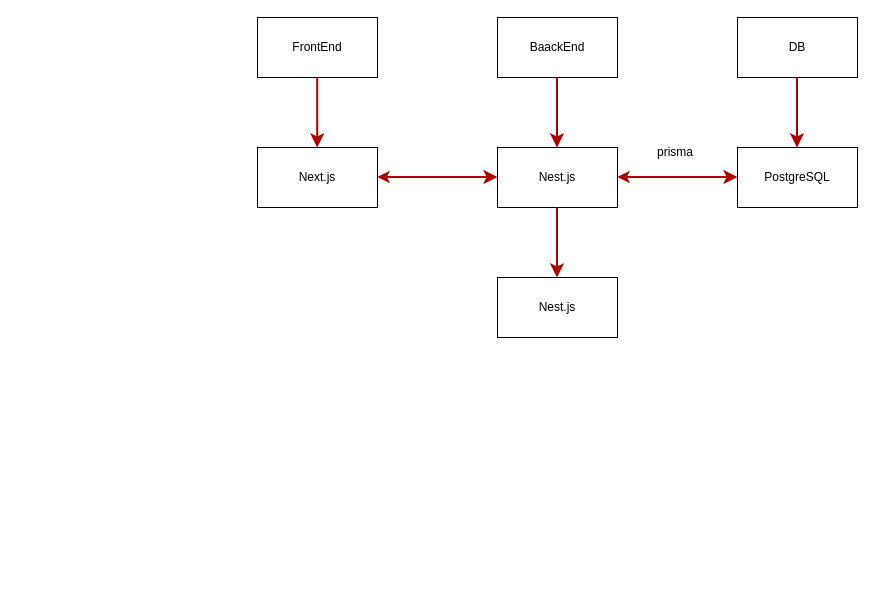
This is components.drawio from hyk4869/fullstack-kakeibo, a draw.io file, before an edit. Source tidied: cells renumbered, new cells numbered last; positions are measured from the earlier drawing's top-left corner, leaving out a move shared by most shapes. Both pictures are drawn from the tidied source at 100%, with x=0, y=0 at pixel (257, 17).
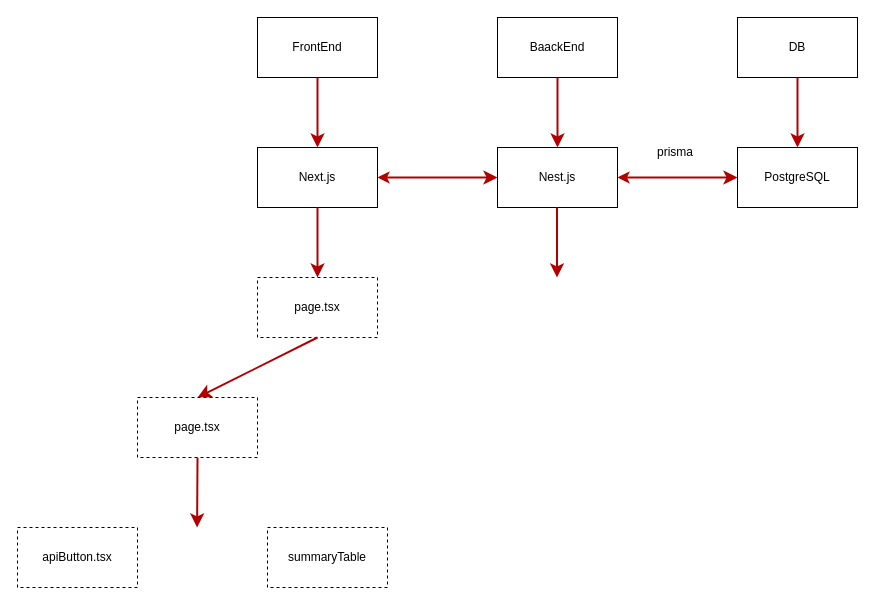
The same diagram, later.

Commit message:
設計書の追記（途中）

The change refers to these unchanged cells:
```xml
<mxCell id="2" value="FrontEnd" style="whiteSpace=wrap;html=1;" parent="1" vertex="1">
  <mxGeometry width="120" height="60" as="geometry" />
</mxCell>
<mxCell id="3" value="BaackEnd" style="whiteSpace=wrap;html=1;" parent="1" vertex="1">
  <mxGeometry x="240" width="120" height="60" as="geometry" />
</mxCell>
<mxCell id="4" value="PostgreSQL" style="whiteSpace=wrap;html=1;" parent="1" vertex="1">
  <mxGeometry x="480" y="130" width="120" height="60" as="geometry" />
</mxCell>
<mxCell id="5" value="Next.js" style="whiteSpace=wrap;html=1;" parent="1" vertex="1">
  <mxGeometry y="130" width="120" height="60" as="geometry" />
</mxCell>
<mxCell id="6" value="Nest.js" style="whiteSpace=wrap;html=1;" parent="1" vertex="1">
  <mxGeometry x="240" y="130" width="120" height="60" as="geometry" />
</mxCell>
<mxCell id="11" value="DB" style="whiteSpace=wrap;html=1;" parent="1" vertex="1">
  <mxGeometry x="480" width="120" height="60" as="geometry" />
</mxCell>
```

What changed in the source:
```diff
@@
-    <mxCell id="7" style="edgeStyle=none;orthogonalLoop=1;jettySize=auto;html=1;fillColor=#e51400;strokeColor=#B20000;endSize=8;strokeWidth=2;" parent="1" edge="1">
-      <mxGeometry relative="1" as="geometry">
-        <mxPoint x="59.7" y="60" as="sourcePoint" />
-        <mxPoint x="59.7" y="130" as="targetPoint" />
-      </mxGeometry>
+    <mxCell id="7" style="edgeStyle=none;jettySize=auto;html=1;fillColor=#e51400;strokeColor=#B20000;endSize=8;strokeWidth=2;entryX=0.5;entryY=0;entryDx=0;entryDy=0;exitX=0.5;exitY=1;exitDx=0;exitDy=0;" parent="1" edge="1" source="2" target="5">
+      <mxGeometry relative="1" as="geometry" />
     </mxCell>
-    <mxCell id="8" style="edgeStyle=none;orthogonalLoop=1;jettySize=auto;html=1;fillColor=#e51400;strokeColor=#B20000;endSize=8;strokeWidth=2;" parent="1" edge="1">
-      <mxGeometry relative="1" as="geometry">
-        <mxPoint x="299.5" y="60" as="sourcePoint" />
-        <mxPoint x="299.5" y="130" as="targetPoint" />
-      </mxGeometry>
+    <mxCell id="8" style="edgeStyle=none;jettySize=auto;html=1;fillColor=#e51400;strokeColor=#B20000;endSize=8;strokeWidth=2;entryX=0.5;entryY=0;entryDx=0;entryDy=0;exitX=0.5;exitY=1;exitDx=0;exitDy=0;" parent="1" edge="1" source="3" target="6">
+      <mxGeometry relative="1" as="geometry" />
     </mxCell>
-    <mxCell id="9" style="edgeStyle=none;orthogonalLoop=1;jettySize=auto;html=1;fillColor=#e51400;strokeColor=#B20000;endSize=8;strokeWidth=2;startArrow=classic;startFill=1;" parent="1" edge="1">
-      <mxGeometry relative="1" as="geometry">
-        <mxPoint x="120" y="159.5" as="sourcePoint" />
-        <mxPoint x="240" y="159.5" as="targetPoint" />
-      </mxGeometry>
+    <mxCell id="9" style="edgeStyle=none;jettySize=auto;html=1;fillColor=#e51400;strokeColor=#B20000;endSize=8;strokeWidth=2;startArrow=classic;startFill=1;entryX=0;entryY=0.5;entryDx=0;entryDy=0;exitX=1;exitY=0.5;exitDx=0;exitDy=0;" parent="1" edge="1" source="5" target="6">
+      <mxGeometry relative="1" as="geometry" />
     </mxCell>
-    <mxCell id="10" style="edgeStyle=none;orthogonalLoop=1;jettySize=auto;html=1;fillColor=#e51400;strokeColor=#B20000;endSize=8;strokeWidth=2;startArrow=classic;startFill=1;" parent="1" edge="1">
-      <mxGeometry relative="1" as="geometry">
-        <mxPoint x="360" y="159.5" as="sourcePoint" />
-        <mxPoint x="480" y="159.5" as="targetPoint" />
-      </mxGeometry>
+    <mxCell id="10" style="edgeStyle=none;jettySize=auto;html=1;fillColor=#e51400;strokeColor=#B20000;endSize=8;strokeWidth=2;startArrow=classic;startFill=1;entryX=0;entryY=0.5;entryDx=0;entryDy=0;exitX=1;exitY=0.5;exitDx=0;exitDy=0;" parent="1" edge="1" source="6" target="4">
+      <mxGeometry relative="1" as="geometry" />
     </mxCell>
@@
-    <mxCell id="12" style="edgeStyle=none;orthogonalLoop=1;jettySize=auto;html=1;fillColor=#e51400;strokeColor=#B20000;endSize=8;strokeWidth=2;" parent="1" edge="1">
-      <mxGeometry relative="1" as="geometry">
-        <mxPoint x="539.5" y="60" as="sourcePoint" />
-        <mxPoint x="539.5" y="130" as="targetPoint" />
-      </mxGeometry>
+    <mxCell id="12" style="edgeStyle=none;jettySize=auto;html=1;fillColor=#e51400;strokeColor=#B20000;endSize=8;strokeWidth=2;entryX=0.5;entryY=0;entryDx=0;entryDy=0;exitX=0.5;exitY=1;exitDx=0;exitDy=0;" parent="1" edge="1" source="11" target="4">
+      <mxGeometry relative="1" as="geometry" />
     </mxCell>
@@
-    <mxCell id="15" value="Nest.js" style="whiteSpace=wrap;html=1;" parent="1" vertex="1">
-      <mxGeometry x="240" y="260" width="120" height="60" as="geometry" />
+    <mxCell id="15" value="page.tsx" style="whiteSpace=wrap;html=1;dashed=1;" parent="1" vertex="1">
+      <mxGeometry y="260" width="120" height="60" as="geometry" />
     </mxCell>
+    <mxCell id="16" style="edgeStyle=none;jettySize=auto;html=1;fillColor=#e51400;strokeColor=#B20000;endSize=8;strokeWidth=2;entryX=0.5;entryY=0;entryDx=0;entryDy=0;exitX=0.5;exitY=1;exitDx=0;exitDy=0;" parent="1" edge="1" source="5" target="15">
+      <mxGeometry relative="1" as="geometry" />
+    </mxCell>
+    <mxCell id="17" value="apiButton.tsx" style="whiteSpace=wrap;html=1;dashed=1;" parent="1" vertex="1">
+      <mxGeometry x="-240" y="510" width="120" height="60" as="geometry" />
+    </mxCell>
+    <mxCell id="18" style="edgeStyle=none;jettySize=auto;html=1;fillColor=#e51400;strokeColor=#B20000;endSize=8;strokeWidth=2;entryX=0.5;entryY=0;entryDx=0;entryDy=0;exitX=0.5;exitY=1;exitDx=0;exitDy=0;" parent="1" edge="1" source="15" target="21">
+      <mxGeometry relative="1" as="geometry" />
+    </mxCell>
+    <mxCell id="19" style="edgeStyle=none;jettySize=auto;html=1;fillColor=#e51400;strokeColor=#B20000;endSize=8;strokeWidth=2;exitX=0.5;exitY=1;exitDx=0;exitDy=0;" parent="1" edge="1" source="21">
+      <mxGeometry relative="1" as="geometry">
+        <mxPoint x="-60.4" y="510" as="targetPoint" />
+      </mxGeometry>
+    </mxCell>
+    <mxCell id="20" value="summaryTable" style="whiteSpace=wrap;html=1;dashed=1;" parent="1" vertex="1">
+      <mxGeometry x="10" y="510" width="120" height="60" as="geometry" />
+    </mxCell>
+    <mxCell id="21" value="page.tsx" style="whiteSpace=wrap;html=1;dashed=1;" parent="1" vertex="1">
+      <mxGeometry x="-120" y="380" width="120" height="60" as="geometry" />
+    </mxCell>
```
